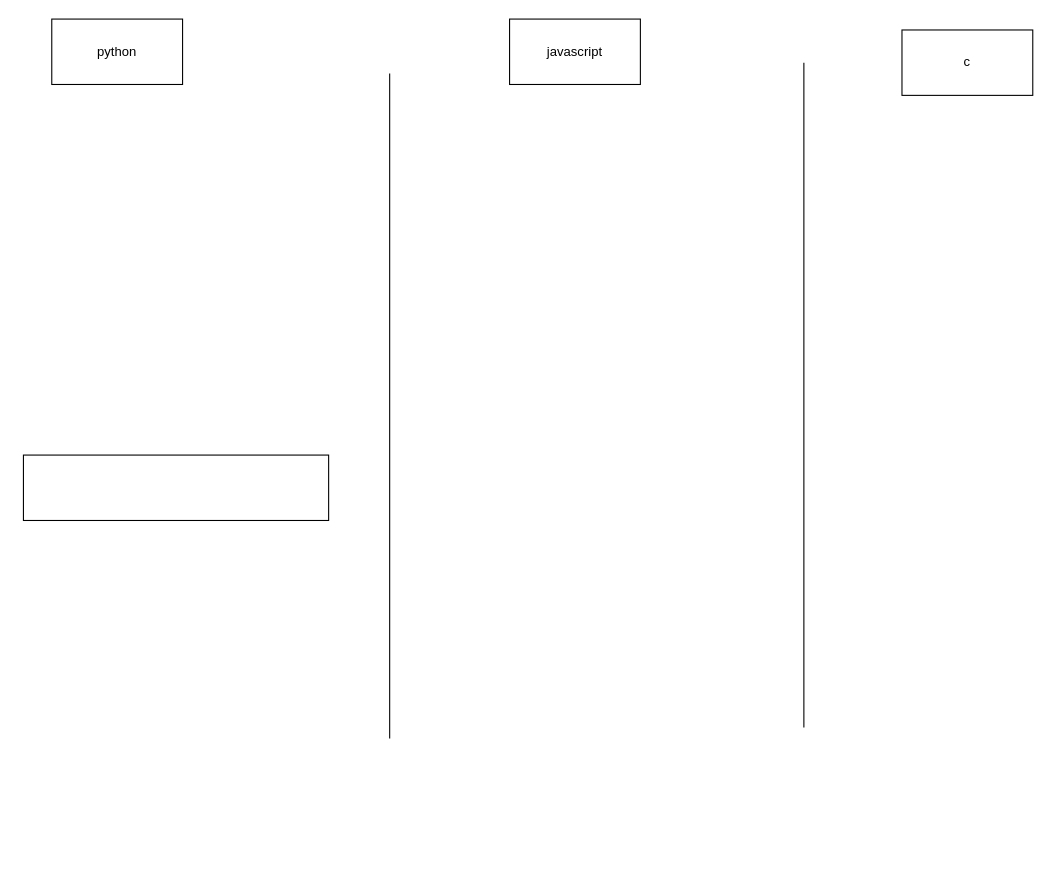
sunzx97/diagram keeps this draw.io diagram as 架构/分层.drawio. Above is the earlier version. Source tidied: cells renumbered, new cells numbered last; positions are measured from the earlier drawing's top-left corner, leaving out a move shared by most shapes. Both pictures are drawn from the tidied source at 109%, with x=0, y=0 at pixel (23, 19).
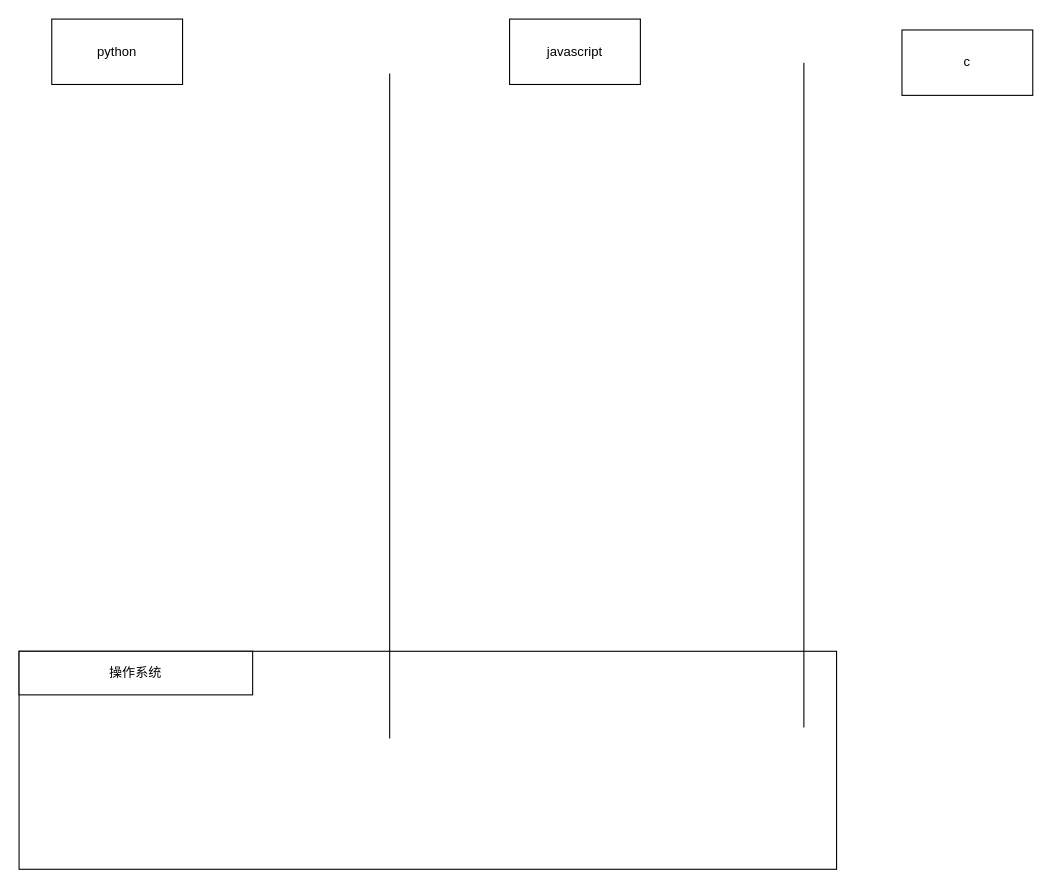
After the change.

Change to the diagram source:
```diff
@@
 <mxGraphModel>
   <root>
     <mxCell id="0" />
     <mxCell id="1" parent="0" />
+    <mxCell id="8" style="group;" parent="1" vertex="1">
+      <mxGeometry x="-4" y="580" width="750" height="200" as="geometry" />
+    </mxCell>
-    <mxCell id="2" style="rounded=0;whiteSpace=wrap;html=1;" parent="1" vertex="1">
-      <mxGeometry y="400" width="280" height="60" as="geometry" />
+    <mxCell id="2" style="rounded=0;whiteSpace=wrap;html=1;" parent="8" vertex="1">
+      <mxGeometry width="750" height="200" as="geometry" />
     </mxCell>
+    <mxCell id="9" value="操作系统" style="rounded=0;whiteSpace=wrap;html=1;" parent="8" vertex="1">
+      <mxGeometry width="214.3" height="40" as="geometry" />
+    </mxCell>
     <mxCell id="3" style="endArrow=none;html=1;rounded=0;" parent="1" edge="1">
       <mxGeometry relative="1" as="geometry">
         <mxPoint x="336" y="660" as="sourcePoint" />
         <mxPoint x="336" y="50" as="targetPoint" />
       </mxGeometry>
     </mxCell>
     <mxCell id="4" value="python" style="rounded=0;whiteSpace=wrap;html=1;" parent="1" vertex="1">
       <mxGeometry x="26" width="120" height="60" as="geometry" />
     </mxCell>
     <mxCell id="5" value="javascript" style="rounded=0;whiteSpace=wrap;html=1;" parent="1" vertex="1">
       <mxGeometry x="446" width="120" height="60" as="geometry" />
     </mxCell>
     <mxCell id="6" value="c" style="rounded=0;whiteSpace=wrap;html=1;" parent="1" vertex="1">
       <mxGeometry x="806" y="10" width="120" height="60" as="geometry" />
     </mxCell>
     <mxCell id="7" style="endArrow=none;html=1;rounded=0;" parent="1" edge="1">
       <mxGeometry relative="1" as="geometry">
         <mxPoint x="716" y="650" as="sourcePoint" />
         <mxPoint x="716" y="40" as="targetPoint" />
       </mxGeometry>
     </mxCell>
   </root>
 </mxGraphModel>
```
